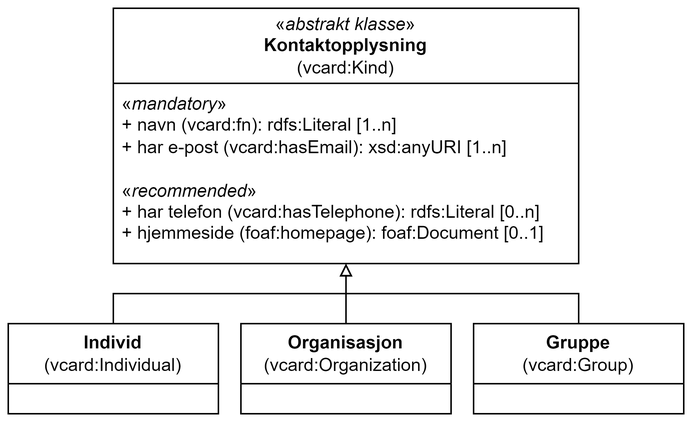
Earlier version of the draw.io export docs/images/Klassen-Kontaktopplysning.png (Informasjonsforvaltning/dcat-ap-no). Source tidied: cells renumbered, new cells last; positions are measured from the earlier drawing's top-left corner, leaving out a move shared by most shapes.
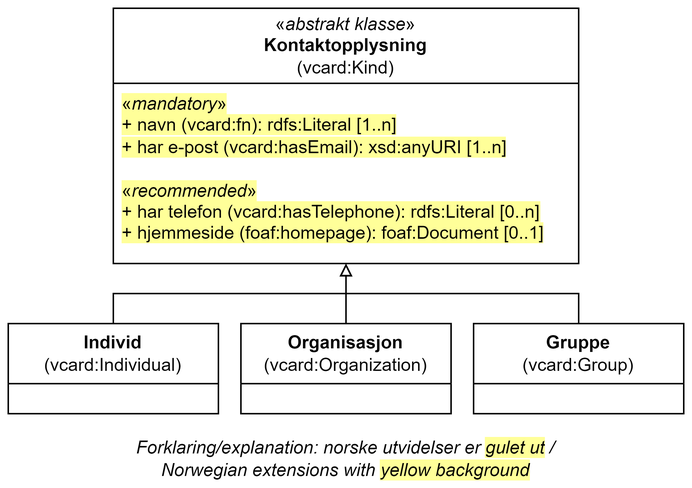
The same diagram one commit later.

Commit message:
Oppdaterer Kontaktopplysning

Diff of the diagram source:
```diff
@@ -5,7 +5,7 @@
     <mxCell id="2" value="&lt;span style=&quot;font-weight: normal;&quot;&gt;«&lt;i&gt;abstrakt klasse&lt;/i&gt;»&lt;/span&gt;&lt;br&gt;&lt;div&gt;Kontaktopplysning&lt;/div&gt;&lt;div&gt;&lt;span style=&quot;font-weight: normal;&quot;&gt;(vcard:Kind)&lt;/span&gt;&lt;/div&gt;" style="swimlane;whiteSpace=wrap;html=1;startSize=50;" parent="1" vertex="1">
       <mxGeometry x="70" width="310" height="170" as="geometry" />
     </mxCell>
-    <mxCell id="3" value="«&lt;i&gt;mandatory&lt;/i&gt;»&lt;br&gt;+ navn (vcard:fn): rdfs:Literal [1..n]&lt;br&gt;+ har e-post (vcard:hasEmail): xsd:anyURI [1..n]&lt;div&gt;&lt;br&gt;&lt;/div&gt;&lt;div&gt;«&lt;i&gt;recommended&lt;/i&gt;»&lt;br&gt;+ har telefon (vcard:hasTelephone): rdfs:Literal [0..n]&lt;/div&gt;&lt;div&gt;+ hjemmeside (foaf:homepage): foaf:Document [0..1]&lt;/div&gt;" style="text;strokeColor=none;fillColor=none;align=left;verticalAlign=top;spacingLeft=4;spacingRight=4;overflow=hidden;whiteSpace=wrap;html=1;" parent="2" vertex="1">
+    <mxCell id="3" value="&lt;span style=&quot;background-color: rgb(255, 255, 153);&quot;&gt;«&lt;i&gt;mandatory&lt;/i&gt;»&lt;br&gt;+ navn (vcard:fn): rdfs:Literal [1..n]&lt;br&gt;+ har e-post (vcard:hasEmail): xsd:anyURI [1..n]&lt;/span&gt;&lt;div&gt;&lt;span style=&quot;background-color: rgb(255, 255, 153);&quot;&gt;&lt;br&gt;&lt;/span&gt;&lt;/div&gt;&lt;div&gt;&lt;span style=&quot;background-color: rgb(255, 255, 153);&quot;&gt;«&lt;i&gt;recommended&lt;/i&gt;»&lt;br&gt;+ har telefon (vcard:hasTelephone): rdfs:Literal [0..n]&lt;/span&gt;&lt;/div&gt;&lt;div&gt;&lt;span style=&quot;background-color: rgb(255, 255, 153);&quot;&gt;+ hjemmeside (foaf:homepage): foaf:Document [0..1]&lt;/span&gt;&lt;/div&gt;" style="text;strokeColor=none;fillColor=none;align=left;verticalAlign=top;spacingLeft=4;spacingRight=4;overflow=hidden;whiteSpace=wrap;html=1;" parent="2" vertex="1">
       <mxGeometry y="50" width="300" height="110" as="geometry" />
     </mxCell>
     <mxCell id="4" value="Individ&lt;br&gt;&lt;span style=&quot;font-weight: normal;&quot;&gt;(vcard:Individual&lt;span style=&quot;background-color: initial;&quot;&gt;)&lt;/span&gt;&lt;/span&gt;" style="swimlane;whiteSpace=wrap;html=1;startSize=40;" parent="1" vertex="1">
@@ -36,5 +36,8 @@
         </Array>
       </mxGeometry>
     </mxCell>
+    <mxCell id="10" value="Forklaring/explanation: norske utvidelser er&amp;nbsp;&lt;span style=&quot;background-color: rgb(255, 255, 153);&quot;&gt;gulet ut&lt;/span&gt;&lt;span style=&quot;background-color: rgb(255 , 255 , 255)&quot;&gt;&amp;nbsp;/&lt;/span&gt;&lt;div&gt;&lt;span style=&quot;background-color: rgb(255 , 255 , 255)&quot;&gt;Norwegian extensions with &lt;/span&gt;&lt;span style=&quot;background-color: rgb(255, 255, 153);&quot;&gt;yellow background&lt;/span&gt;&lt;/div&gt;" style="text;html=1;strokeColor=none;fillColor=none;align=center;verticalAlign=middle;whiteSpace=wrap;rounded=0;fontStyle=2;" parent="1" vertex="1">
+      <mxGeometry x="5" y="290" width="440" height="20" as="geometry" />
+    </mxCell>
   </root>
 </mxGraphModel>
```
